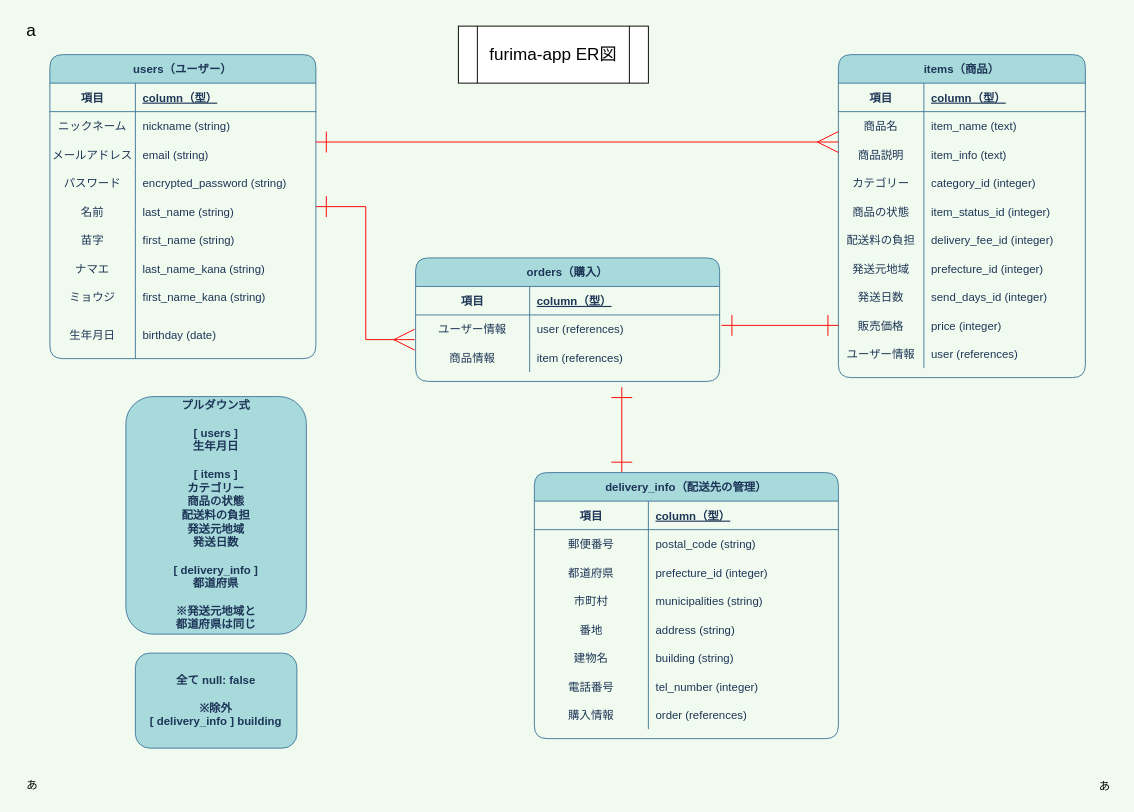
d1-s/furima-36757 keeps this draw.io diagram as ER.dio. Above is the earlier version. Source tidied: cells renumbered, new cells numbered last; positions are measured from the earlier drawing's top-left corner, leaving out a move shared by most shapes. Both pictures are drawn from the tidied source at 95%, with x=0, y=0 at pixel (16, 16).
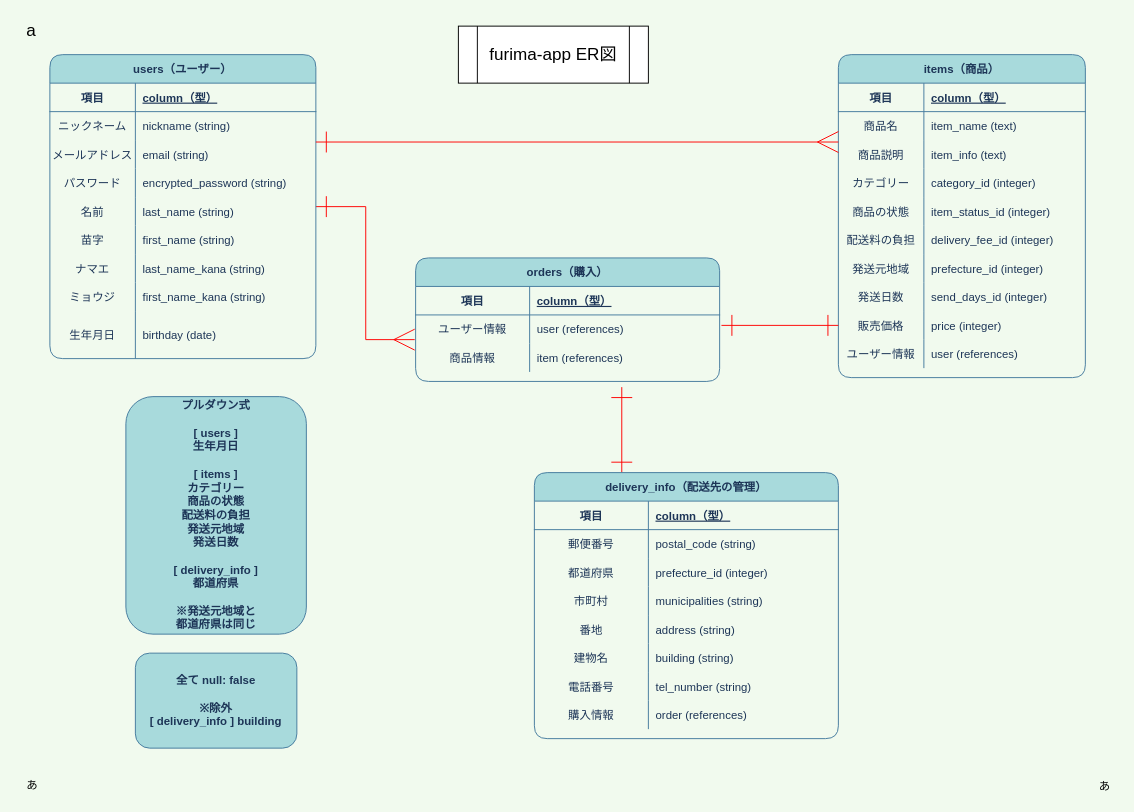
After the change.

Commit message (it also covers changes not shown here):
データベース設計、再修正2

Unchanged cells that the change refers to:
```xml
<mxCell id="94" style="shape=partialRectangle;fillColor=none;top=0;left=0;bottom=0;right=0;strokeColor=#457B9D;fontColor=#1D3557;" parent="75" vertex="1">
  <mxGeometry y="210" width="320" height="30" as="geometry" />
</mxCell>
```

Change to the diagram source:
```diff
@@
-    <mxCell id="96" value="tel_number (integer)" style="shape=partialRectangle;fillColor=none;top=0;left=0;bottom=0;right=0;align=left;spacingLeft=6;overflow=hidden;strokeColor=#457B9D;fontColor=#1D3557;" parent="94" vertex="1">
+    <mxCell id="96" value="tel_number (string)" style="shape=partialRectangle;fillColor=none;top=0;left=0;bottom=0;right=0;align=left;spacingLeft=6;overflow=hidden;strokeColor=#457B9D;fontColor=#1D3557;" parent="94" vertex="1">
       <mxGeometry x="120" width="200" height="30" as="geometry" />
     </mxCell>
```
